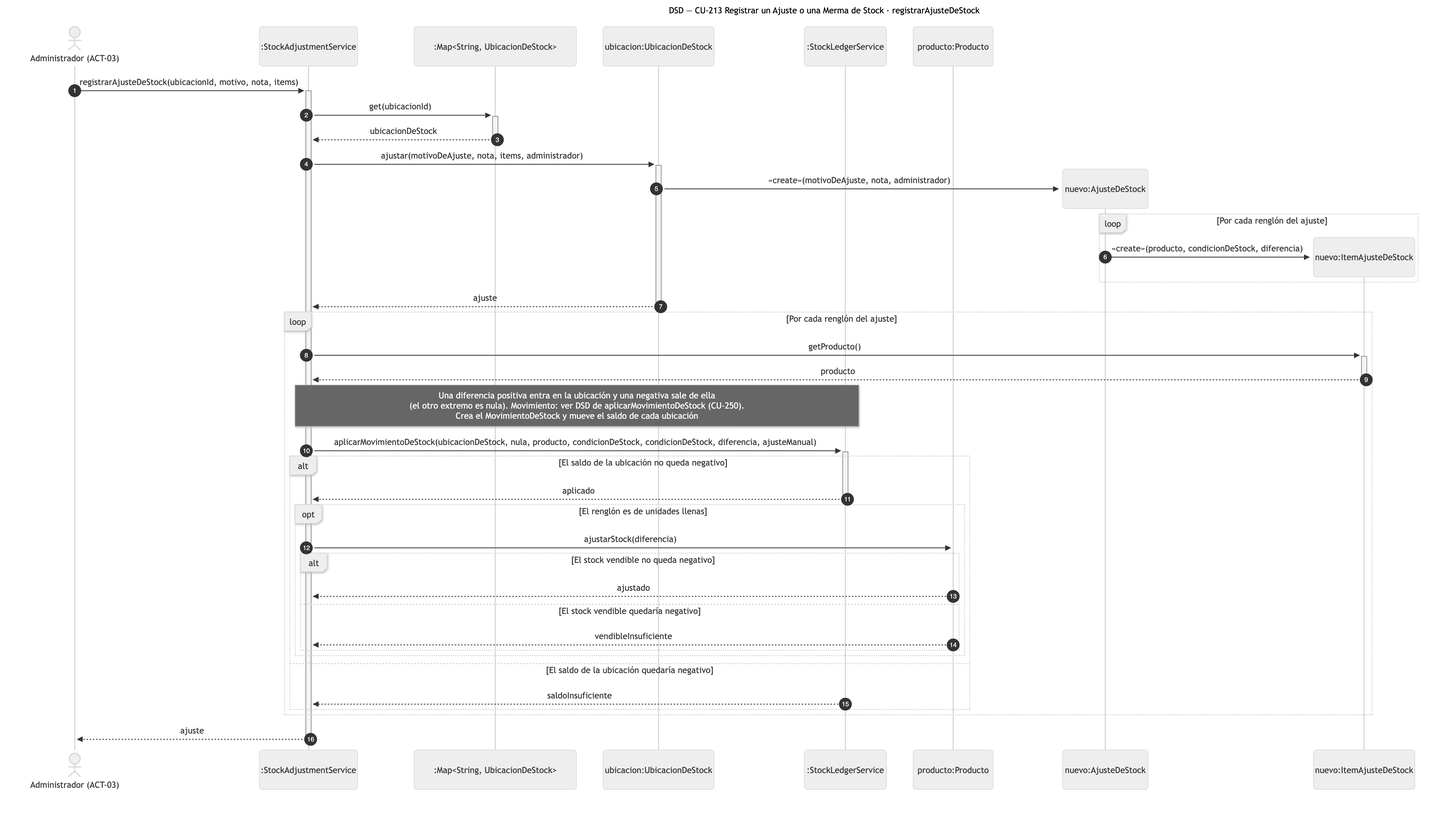
This is diagramas/png/DSD_CU-213_registrarAjusteDeStock.png from Nahuelito-Dev/splg-docs, a Mermaid export, as it was before one commit. Its source is kept beside it as diagramas/DSD_CU-213_registrarAjusteDeStock.mmd.
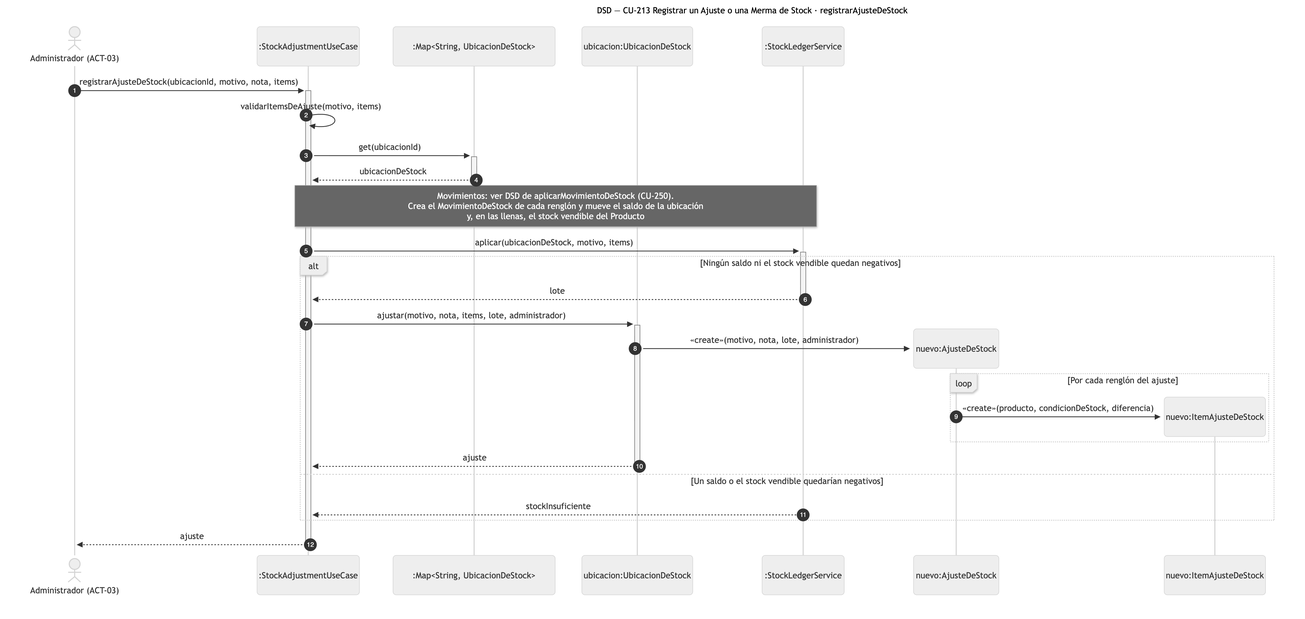
The same file after the commit.

What changed in the source:
```diff
@@ -2,40 +2,28 @@
     title DSD — CU-213 Registrar un Ajuste o una Merma de Stock · registrarAjusteDeStock
     autonumber
     actor ADM as Administrador (ACT-03)
-    participant SRV as :StockAdjustmentService
+    participant SRV as :StockAdjustmentUseCase
     participant COL as :Map#lt;String, UbicacionDeStock#gt;
     participant UBI as ubicacion:UbicacionDeStock
     participant LED as :StockLedgerService
-    participant PRO as producto:Producto
 
     ADM->>+SRV: registrarAjusteDeStock(ubicacionId, motivo, nota, items)
+    SRV->>SRV: validarItemsDeAjuste(motivo, items)
     SRV->>+COL: get(ubicacionId)
     COL-->>-SRV: ubicacionDeStock
-    SRV->>+UBI: ajustar(motivoDeAjuste, nota, items, administrador)
-    create participant AJU as nuevo:AjusteDeStock
-    UBI->>AJU: «create»(motivoDeAjuste, nota, administrador)
-    loop Por cada renglón del ajuste
-        create participant ITM as nuevo:ItemAjusteDeStock
-        AJU->>ITM: «create»(producto, condicionDeStock, diferencia)
-    end
-    UBI-->>-SRV: ajuste
-    loop Por cada renglón del ajuste
-        SRV->>+ITM: getProducto()
-        ITM-->>-SRV: producto
-        Note over SRV,LED: Una diferencia positiva entra en la ubicación y una negativa sale de ella<br/>(el otro extremo es nula). Movimiento: ver DSD de aplicarMovimientoDeStock (CU-250).<br/>Crea el MovimientoDeStock y mueve el saldo de cada ubicación
-        SRV->>+LED: aplicarMovimientoDeStock(ubicacionDeStock, nula, producto, condicionDeStock, condicionDeStock, diferencia, ajusteManual)
-        alt El saldo de la ubicación no queda negativo
-            LED-->>-SRV: aplicado
-            opt El renglón es de unidades llenas
-                SRV->>PRO: ajustarStock(diferencia)
-                alt El stock vendible no queda negativo
-                    PRO-->>SRV: ajustado
-                else El stock vendible quedaría negativo
-                    PRO-->>SRV: vendibleInsuficiente
-                end
-            end
-        else El saldo de la ubicación quedaría negativo
-            LED-->>SRV: saldoInsuficiente
+    Note over SRV,LED: Movimientos: ver DSD de aplicarMovimientoDeStock (CU-250).<br/>Crea el MovimientoDeStock de cada renglón y mueve el saldo de la ubicación<br/>y, en las llenas, el stock vendible del Producto
+    SRV->>+LED: aplicar(ubicacionDeStock, motivo, items)
+    alt Ningún saldo ni el stock vendible quedan negativos
+        LED-->>-SRV: lote
+        SRV->>+UBI: ajustar(motivo, nota, items, lote, administrador)
+        create participant AJU as nuevo:AjusteDeStock
+        UBI->>AJU: «create»(motivo, nota, lote, administrador)
+        loop Por cada renglón del ajuste
+            create participant ITM as nuevo:ItemAjusteDeStock
+            AJU->>ITM: «create»(producto, condicionDeStock, diferencia)
         end
+        UBI-->>-SRV: ajuste
+    else Un saldo o el stock vendible quedarían negativos
+        LED-->>SRV: stockInsuficiente
     end
     SRV-->>-ADM: ajuste
```
